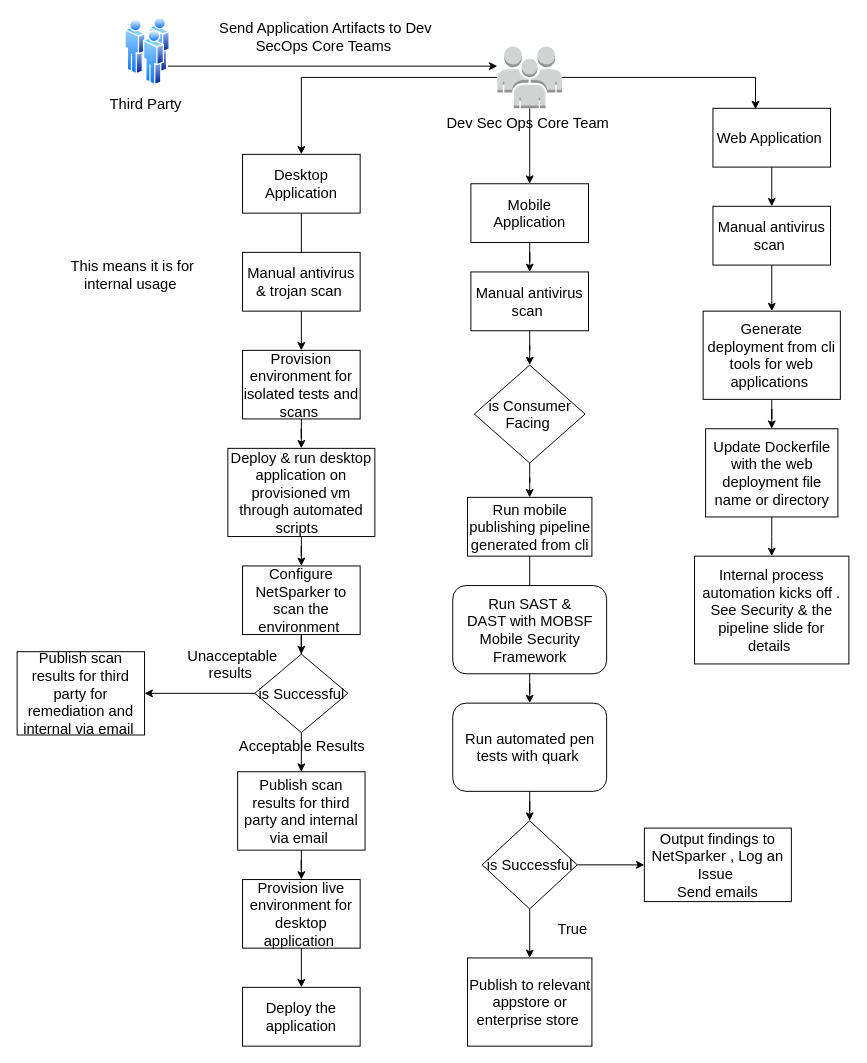
Above: page "External process" (3 of 3) of icurity.drawio in tyger-rareatom/consulting-architectures (draw.io), before the change. Source tidied: cells renumbered, new cells numbered last; positions are measured from the earlier drawing's top-left corner, leaving out a move shared by most shapes. Both pictures are drawn from the tidied source at 98%, with x=0, y=0 at pixel (17, 17).
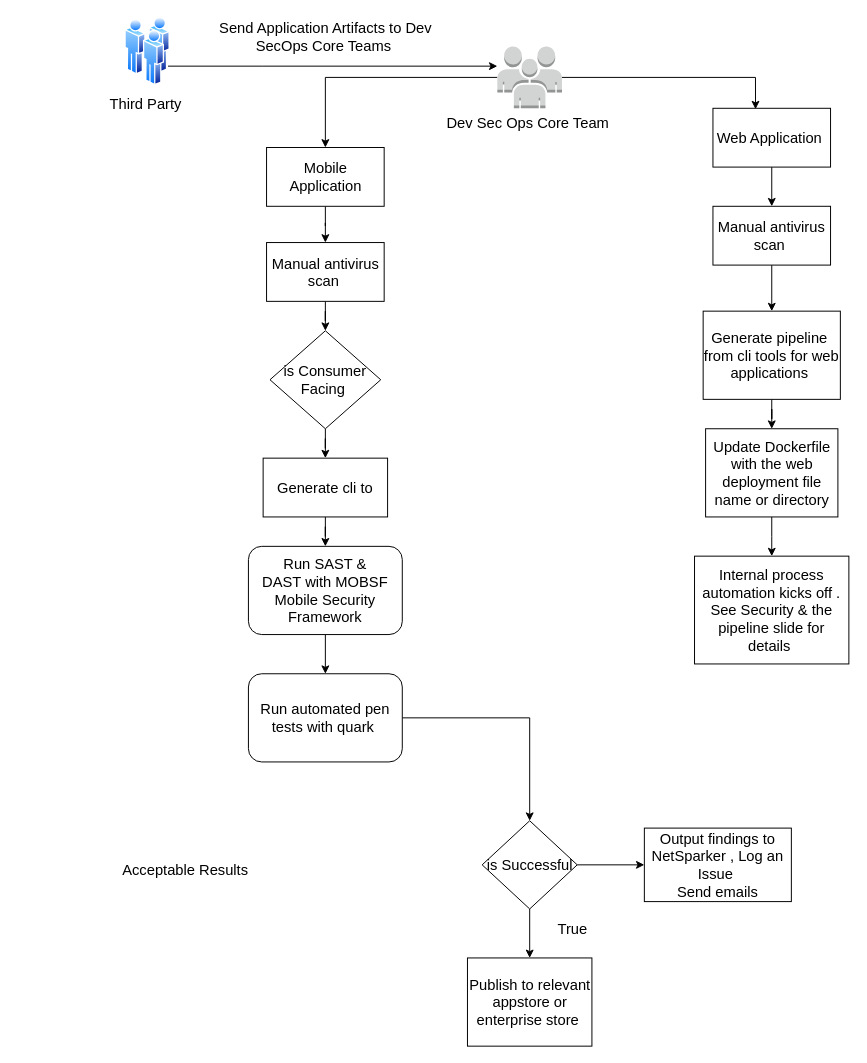
The same page after the edit.

Commit message:
Upgrading the diagram

Unchanged cells that the change refers to:
```xml
<mxCell id="7" value="Dev Sec Ops Core Team&amp;nbsp;" style="outlineConnect=0;dashed=0;verticalLabelPosition=bottom;verticalAlign=top;align=center;html=1;shape=mxgraph.aws3.users;fillColor=#D2D3D3;gradientColor=none;fontSize=15;" parent="1" vertex="1">
  <mxGeometry x="490" y="30" width="66" height="63" as="geometry" />
</mxCell>
```

Change to the diagram source:
```diff
@@
-    <mxCell id="4" style="edgeStyle=orthogonalEdgeStyle;rounded=0;jettySize=auto;html=1;fontSize=15;" parent="1" edge="1" source="7" target="9">
-      <mxGeometry relative="1" as="geometry" />
-    </mxCell>
@@
-    <mxCell id="8" style="edgeStyle=orthogonalEdgeStyle;rounded=0;jettySize=auto;html=1;fontSize=15;" parent="1" edge="1" source="9">
-      <mxGeometry relative="1" as="geometry">
-        <mxPoint x="290" y="300" as="targetPoint" />
-      </mxGeometry>
-    </mxCell>
-    <mxCell id="9" value="Desktop Application" style="rounded=0;whiteSpace=wrap;html=1;fontSize=15;" parent="1" vertex="1">
-      <mxGeometry x="230" y="140" width="120" height="60" as="geometry" />
-    </mxCell>
-    <mxCell id="10" style="edgeStyle=orthogonalEdgeStyle;rounded=0;jettySize=auto;html=1;entryX=0.5;entryY=0;entryDx=0;entryDy=0;fontSize=15;" parent="1" edge="1" source="11" target="18">
+    <mxCell id="10" style="edgeStyle=orthogonalEdgeStyle;rounded=0;jettySize=auto;html=1;fontSize=15;" parent="1" edge="1" source="11" target="18">
       <mxGeometry relative="1" as="geometry" />
     </mxCell>
     <mxCell id="11" value="Mobile Application" style="rounded=0;whiteSpace=wrap;html=1;fontSize=15;" parent="1" vertex="1">
-      <mxGeometry x="463" y="170" width="120" height="60" as="geometry" />
+      <mxGeometry x="254.5" y="133" width="120" height="60" as="geometry" />
     </mxCell>
@@
-    <mxCell id="14" value="This means it is for internal usage&amp;nbsp;&lt;br style=&quot;font-size: 15px;&quot;&gt;" style="text;html=1;strokeColor=none;fillColor=none;align=center;verticalAlign=middle;whiteSpace=wrap;rounded=0;fontSize=15;" parent="1" vertex="1">
-      <mxGeometry x="34.5" y="240" width="165.5" height="45" as="geometry" />
-    </mxCell>
-    <mxCell id="15" style="edgeStyle=orthogonalEdgeStyle;rounded=0;jettySize=auto;html=1;fontSize=15;" parent="1" edge="1" source="16" target="22">
-      <mxGeometry relative="1" as="geometry" />
+    <mxCell id="15" style="edgeStyle=orthogonalEdgeStyle;rounded=0;orthogonalLoop=1;jettySize=auto;html=1;fontSize=15;" parent="1" edge="1">
+      <mxGeometry relative="1" as="geometry">
+        <mxPoint x="290" y="300" as="sourcePoint" />
+      </mxGeometry>
     </mxCell>
-    <mxCell id="16" value="Manual antivirus &amp;amp; trojan scan&amp;nbsp;" style="rounded=0;whiteSpace=wrap;html=1;fontSize=15;" parent="1" vertex="1">
-      <mxGeometry x="230" y="240" width="120" height="60" as="geometry" />
-    </mxCell>
@@
     <mxCell id="18" value="Manual antivirus scan&amp;nbsp;" style="rounded=0;whiteSpace=wrap;html=1;fontSize=15;" parent="1" vertex="1">
-      <mxGeometry x="463" y="260" width="120" height="60" as="geometry" />
+      <mxGeometry x="254.5" y="230" width="120" height="60" as="geometry" />
     </mxCell>
@@
-    <mxCell id="21" style="edgeStyle=orthogonalEdgeStyle;rounded=0;jettySize=auto;html=1;fontSize=15;" parent="1" edge="1" source="22" target="24">
-      <mxGeometry relative="1" as="geometry" />
+    <mxCell id="21" style="edgeStyle=orthogonalEdgeStyle;rounded=0;orthogonalLoop=1;jettySize=auto;html=1;fontSize=15;" parent="1" edge="1">
+      <mxGeometry relative="1" as="geometry">
+        <mxPoint x="290" y="410" as="sourcePoint" />
+      </mxGeometry>
     </mxCell>
-    <mxCell id="22" value="Provision environment for isolated tests and scans&amp;nbsp;" style="rounded=0;whiteSpace=wrap;html=1;fontSize=15;" parent="1" vertex="1">
-      <mxGeometry x="230" y="340" width="120" height="70" as="geometry" />
-    </mxCell>
-    <mxCell id="23" style="edgeStyle=orthogonalEdgeStyle;rounded=0;jettySize=auto;html=1;fontSize=15;" parent="1" edge="1" source="24" target="26">
-      <mxGeometry relative="1" as="geometry" />
+    <mxCell id="23" style="edgeStyle=orthogonalEdgeStyle;rounded=0;orthogonalLoop=1;jettySize=auto;html=1;fontSize=15;" parent="1" edge="1">
+      <mxGeometry relative="1" as="geometry">
+        <mxPoint x="290" y="530" as="sourcePoint" />
+      </mxGeometry>
     </mxCell>
-    <mxCell id="24" value="Deploy &amp;amp; run desktop application on provisioned vm&lt;br&gt;through automated scripts&amp;nbsp;&amp;nbsp;" style="rounded=0;whiteSpace=wrap;html=1;fontSize=15;" parent="1" vertex="1">
-      <mxGeometry x="215" y="440" width="150" height="90" as="geometry" />
-    </mxCell>
-    <mxCell id="25" style="edgeStyle=orthogonalEdgeStyle;rounded=0;jettySize=auto;html=1;fontSize=15;" parent="1" edge="1" source="26" target="29">
-      <mxGeometry relative="1" as="geometry" />
+    <mxCell id="25" style="edgeStyle=orthogonalEdgeStyle;rounded=0;orthogonalLoop=1;jettySize=auto;html=1;fontSize=15;" parent="1" edge="1">
+      <mxGeometry relative="1" as="geometry">
+        <mxPoint x="290" y="630" as="sourcePoint" />
+      </mxGeometry>
     </mxCell>
-    <mxCell id="26" value="Configure NetSparker to scan the environment&amp;nbsp;" style="rounded=0;whiteSpace=wrap;html=1;fontSize=15;" parent="1" vertex="1">
-      <mxGeometry x="230" y="560" width="120" height="70" as="geometry" />
-    </mxCell>
-    <mxCell id="27" style="edgeStyle=orthogonalEdgeStyle;rounded=0;jettySize=auto;html=1;fontSize=15;" parent="1" edge="1" source="29" target="31">
-      <mxGeometry relative="1" as="geometry" />
+    <mxCell id="27" style="edgeStyle=orthogonalEdgeStyle;rounded=0;orthogonalLoop=1;jettySize=auto;html=1;fontSize=15;" parent="1" edge="1">
+      <mxGeometry relative="1" as="geometry">
+        <mxPoint x="290" y="730" as="sourcePoint" />
+      </mxGeometry>
     </mxCell>
-    <mxCell id="28" style="edgeStyle=orthogonalEdgeStyle;rounded=0;jettySize=auto;html=1;entryX=1;entryY=0.5;entryDx=0;entryDy=0;fontSize=15;" parent="1" edge="1" source="29" target="36">
-      <mxGeometry relative="1" as="geometry" />
+    <mxCell id="28" style="edgeStyle=orthogonalEdgeStyle;rounded=0;orthogonalLoop=1;jettySize=auto;html=1;entryX=1;entryY=0.5;entryDx=0;entryDy=0;fontSize=15;" parent="1" edge="1">
+      <mxGeometry relative="1" as="geometry">
+        <mxPoint x="242.5" y="690" as="sourcePoint" />
+      </mxGeometry>
     </mxCell>
-    <mxCell id="29" value="is Successful" style="rhombus;whiteSpace=wrap;html=1;fontSize=15;" parent="1" vertex="1">
-      <mxGeometry x="242.5" y="650" width="95" height="80" as="geometry" />
-    </mxCell>
-    <mxCell id="30" style="edgeStyle=orthogonalEdgeStyle;rounded=0;jettySize=auto;html=1;entryX=0.5;entryY=0;entryDx=0;entryDy=0;fontSize=15;" parent="1" edge="1" source="31" target="34">
-      <mxGeometry relative="1" as="geometry" />
+    <mxCell id="30" style="edgeStyle=orthogonalEdgeStyle;rounded=0;orthogonalLoop=1;jettySize=auto;html=1;entryX=0.5;entryY=0;entryDx=0;entryDy=0;fontSize=15;" parent="1" edge="1">
+      <mxGeometry relative="1" as="geometry">
+        <mxPoint x="290" y="850" as="sourcePoint" />
+      </mxGeometry>
     </mxCell>
-    <mxCell id="31" value="Publish scan results for third party and internal via email&amp;nbsp;" style="rounded=0;whiteSpace=wrap;html=1;fontSize=15;" parent="1" vertex="1">
-      <mxGeometry x="225" y="770" width="130" height="80" as="geometry" />
-    </mxCell>
     <mxCell id="32" value="Acceptable Results&amp;nbsp;" style="text;html=1;strokeColor=none;fillColor=none;align=center;verticalAlign=middle;whiteSpace=wrap;rounded=0;fontSize=15;" parent="1" vertex="1">
-      <mxGeometry x="215" y="732.5" width="155.5" height="20" as="geometry" />
+      <mxGeometry x="95.5" y="860" width="155.5" height="20" as="geometry" />
     </mxCell>
-    <mxCell id="33" style="edgeStyle=orthogonalEdgeStyle;rounded=0;jettySize=auto;html=1;fontSize=15;" parent="1" edge="1" source="34" target="35">
-      <mxGeometry relative="1" as="geometry" />
+    <mxCell id="33" style="edgeStyle=orthogonalEdgeStyle;rounded=0;orthogonalLoop=1;jettySize=auto;html=1;fontSize=15;" parent="1" edge="1">
+      <mxGeometry relative="1" as="geometry">
+        <mxPoint x="290" y="950" as="sourcePoint" />
+      </mxGeometry>
     </mxCell>
-    <mxCell id="34" value="Provision live environment for desktop application&amp;nbsp;" style="rounded=0;whiteSpace=wrap;html=1;fontSize=15;" parent="1" vertex="1">
-      <mxGeometry x="230" y="880" width="120" height="70" as="geometry" />
-    </mxCell>
-    <mxCell id="35" value="Deploy the application" style="rounded=0;whiteSpace=wrap;html=1;fontSize=15;" parent="1" vertex="1">
-      <mxGeometry x="230" y="990" width="120" height="60" as="geometry" />
-    </mxCell>
-    <mxCell id="36" value="Publish scan results for third party for remediation and internal via email&amp;nbsp;" style="rounded=0;whiteSpace=wrap;html=1;fontSize=15;" parent="1" vertex="1">
-      <mxGeometry y="647.5" width="130" height="85" as="geometry" />
-    </mxCell>
-    <mxCell id="37" value="Unacceptable results&amp;nbsp;" style="text;html=1;strokeColor=none;fillColor=none;align=center;verticalAlign=middle;whiteSpace=wrap;rounded=0;fontSize=15;" parent="1" vertex="1">
-      <mxGeometry x="200" y="650" width="40" height="20" as="geometry" />
-    </mxCell>
@@
     <mxCell id="39" value="is Consumer Facing&amp;nbsp;" style="rhombus;whiteSpace=wrap;html=1;fontSize=15;" parent="1" vertex="1">
-      <mxGeometry x="466.5" y="355" width="113" height="100" as="geometry" />
+      <mxGeometry x="258" y="320" width="113" height="100" as="geometry" />
     </mxCell>
-    <mxCell id="40" style="edgeStyle=orthogonalEdgeStyle;rounded=0;jettySize=auto;html=1;fontSize=15;" parent="1" edge="1" source="41">
-      <mxGeometry relative="1" as="geometry">
-        <mxPoint x="523" y="640" as="targetPoint" />
-      </mxGeometry>
-    </mxCell>
+    <mxCell id="58" style="edgeStyle=orthogonalEdgeStyle;rounded=0;jettySize=auto;html=1;fontSize=15;" parent="1" edge="1" source="41" target="43">
+      <mxGeometry relative="1" as="geometry" />
+    </mxCell>
-    <mxCell id="41" value="Run mobile publishing pipeline generated from cli" style="rounded=0;whiteSpace=wrap;html=1;fontSize=15;" parent="1" vertex="1">
-      <mxGeometry x="459.5" y="490" width="127" height="60" as="geometry" />
+    <mxCell id="41" value="Generate cli to" style="rounded=0;whiteSpace=wrap;html=1;fontSize=15;" parent="1" vertex="1">
+      <mxGeometry x="251" y="450" width="127" height="60" as="geometry" />
     </mxCell>
@@
     <mxCell id="43" value="Run SAST &amp;amp;&lt;br&gt;DAST with MOBSF&lt;br&gt;Mobile Security Framework" style="rounded=1;whiteSpace=wrap;html=1;fontSize=15;" parent="1" vertex="1">
-      <mxGeometry x="444.5" y="580" width="157" height="90" as="geometry" />
+      <mxGeometry x="236" y="540" width="157" height="90" as="geometry" />
     </mxCell>
@@
     <mxCell id="45" value="Run automated pen tests with quark&amp;nbsp;" style="rounded=1;whiteSpace=wrap;html=1;fontSize=15;" parent="1" vertex="1">
-      <mxGeometry x="444.5" y="700" width="157" height="90" as="geometry" />
+      <mxGeometry x="236" y="670" width="157" height="90" as="geometry" />
     </mxCell>
@@
-    <mxCell id="54" value="Generate deployment from cli tools for web applications&amp;nbsp;" style="rounded=0;whiteSpace=wrap;html=1;fontSize=15;" parent="1" vertex="1">
+    <mxCell id="54" value="Generate pipeline&amp;nbsp; from cli tools for web applications&amp;nbsp;" style="rounded=0;whiteSpace=wrap;html=1;fontSize=15;" parent="1" vertex="1">
       <mxGeometry x="700" y="300" width="140" height="90" as="geometry" />
     </mxCell>
```
